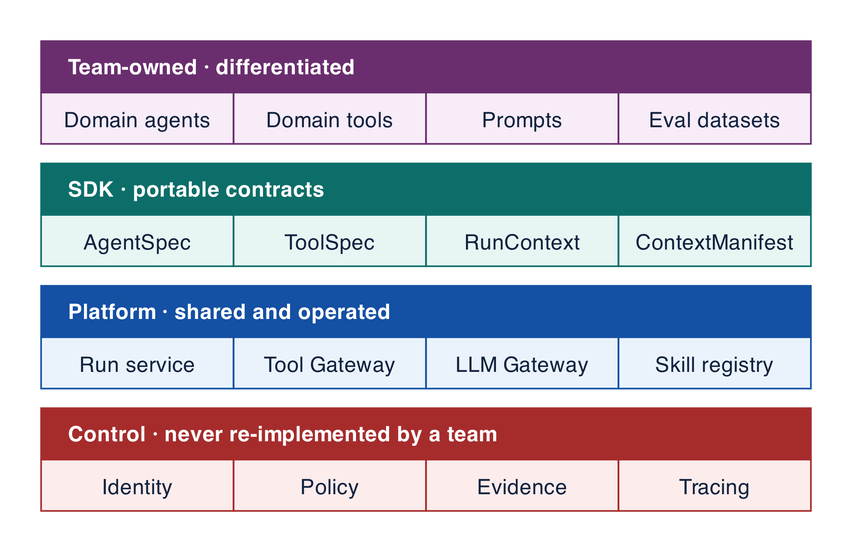
The Graphviz diagram assets/diagrams/developer-platform.png in rrahimi-uci/building-enterprise-general-intelligence, before a commit. Its source is kept beside it as assets/diagrams/src/developer-platform.gv. The source it was exported from:
```dot
digraph developer_platform {
  rankdir = TB
  graph [ranksep=0.16]
  node [shape=plaintext, style="", margin=0]
  edge [style=invis]

  apps [label=<
    <TABLE BORDER="0" CELLBORDER="1" CELLSPACING="0" CELLPADDING="8" COLOR="#6A2E6E" BGCOLOR="#F7ECF8">
      <TR><TD COLSPAN="4" BGCOLOR="#6A2E6E" ALIGN="LEFT"><FONT COLOR="white"><B>  Team-owned · differentiated</B></FONT></TD></TR>
      <TR><TD WIDTH="118" ALIGN="CENTER">Domain agents</TD><TD WIDTH="118" ALIGN="CENTER">Domain tools</TD>
          <TD WIDTH="118" ALIGN="CENTER">Prompts</TD><TD WIDTH="118" ALIGN="CENTER">Eval datasets</TD></TR>
    </TABLE>>]
  sdk [label=<
    <TABLE BORDER="0" CELLBORDER="1" CELLSPACING="0" CELLPADDING="8" COLOR="#0D6E69" BGCOLOR="#E7F5F3">
      <TR><TD COLSPAN="4" BGCOLOR="#0D6E69" ALIGN="LEFT"><FONT COLOR="white"><B>  SDK · portable contracts</B></FONT></TD></TR>
      <TR><TD WIDTH="118" ALIGN="CENTER">AgentSpec</TD><TD WIDTH="118" ALIGN="CENTER">ToolSpec</TD>
          <TD WIDTH="118" ALIGN="CENTER">RunContext</TD><TD WIDTH="118" ALIGN="CENTER">ContextManifest</TD></TR>
    </TABLE>>]
  platform [label=<
    <TABLE BORDER="0" CELLBORDER="1" CELLSPACING="0" CELLPADDING="8" COLOR="#1450A3" BGCOLOR="#EAF3FB">
      <TR><TD COLSPAN="4" BGCOLOR="#1450A3" ALIGN="LEFT"><FONT COLOR="white"><B>  Platform · shared and operated</B></FONT></TD></TR>
      <TR><TD WIDTH="118" ALIGN="CENTER">Run service</TD><TD WIDTH="118" ALIGN="CENTER">Tool Gateway</TD>
          <TD WIDTH="118" ALIGN="CENTER">LLM Gateway</TD><TD WIDTH="118" ALIGN="CENTER">Skill registry</TD></TR>
    </TABLE>>]
  control [label=<
    <TABLE BORDER="0" CELLBORDER="1" CELLSPACING="0" CELLPADDING="8" COLOR="#A62C2C" BGCOLOR="#FCECEC">
      <TR><TD COLSPAN="4" BGCOLOR="#A62C2C" ALIGN="LEFT"><FONT COLOR="white"><B>  Control · never re-implemented by a team</B></FONT></TD></TR>
      <TR><TD WIDTH="118" ALIGN="CENTER">Identity</TD><TD WIDTH="118" ALIGN="CENTER">Policy</TD>
          <TD WIDTH="118" ALIGN="CENTER">Evidence</TD><TD WIDTH="118" ALIGN="CENTER">Tracing</TD></TR>
    </TABLE>>]
  apps -> sdk -> platform -> control
}
```
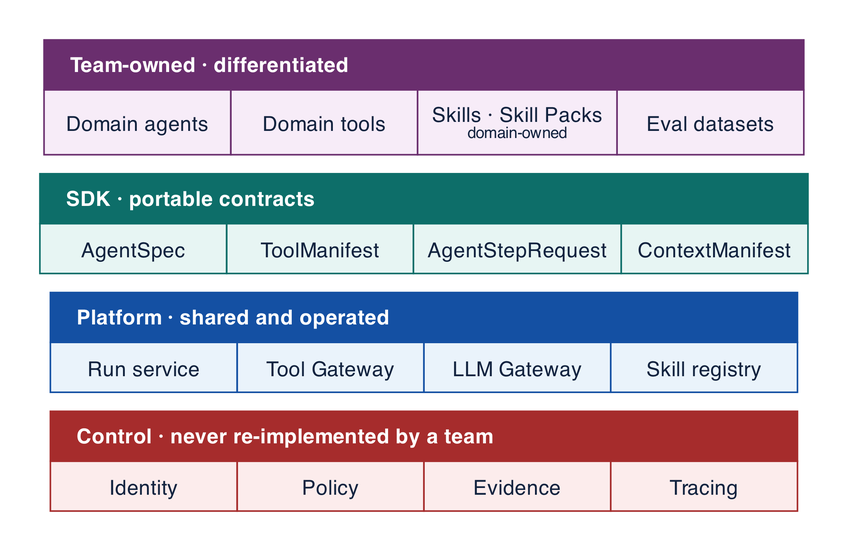
After the change.

Change to the diagram source:
```diff
@@ -8,13 +8,13 @@
     <TABLE BORDER="0" CELLBORDER="1" CELLSPACING="0" CELLPADDING="8" COLOR="#6A2E6E" BGCOLOR="#F7ECF8">
       <TR><TD COLSPAN="4" BGCOLOR="#6A2E6E" ALIGN="LEFT"><FONT COLOR="white"><B>  Team-owned · differentiated</B></FONT></TD></TR>
       <TR><TD WIDTH="118" ALIGN="CENTER">Domain agents</TD><TD WIDTH="118" ALIGN="CENTER">Domain tools</TD>
-          <TD WIDTH="118" ALIGN="CENTER">Prompts</TD><TD WIDTH="118" ALIGN="CENTER">Eval datasets</TD></TR>
+          <TD WIDTH="118" ALIGN="CENTER">Skills · Skill Packs<BR/><FONT POINT-SIZE="10">domain-owned</FONT></TD><TD WIDTH="118" ALIGN="CENTER">Eval datasets</TD></TR>
     </TABLE>>]
   sdk [label=<
     <TABLE BORDER="0" CELLBORDER="1" CELLSPACING="0" CELLPADDING="8" COLOR="#0D6E69" BGCOLOR="#E7F5F3">
       <TR><TD COLSPAN="4" BGCOLOR="#0D6E69" ALIGN="LEFT"><FONT COLOR="white"><B>  SDK · portable contracts</B></FONT></TD></TR>
-      <TR><TD WIDTH="118" ALIGN="CENTER">AgentSpec</TD><TD WIDTH="118" ALIGN="CENTER">ToolSpec</TD>
-          <TD WIDTH="118" ALIGN="CENTER">RunContext</TD><TD WIDTH="118" ALIGN="CENTER">ContextManifest</TD></TR>
+      <TR><TD WIDTH="118" ALIGN="CENTER">AgentSpec</TD><TD WIDTH="118" ALIGN="CENTER">ToolManifest</TD>
+          <TD WIDTH="118" ALIGN="CENTER">AgentStepRequest</TD><TD WIDTH="118" ALIGN="CENTER">ContextManifest</TD></TR>
     </TABLE>>]
   platform [label=<
     <TABLE BORDER="0" CELLBORDER="1" CELLSPACING="0" CELLPADDING="8" COLOR="#1450A3" BGCOLOR="#EAF3FB">
```
